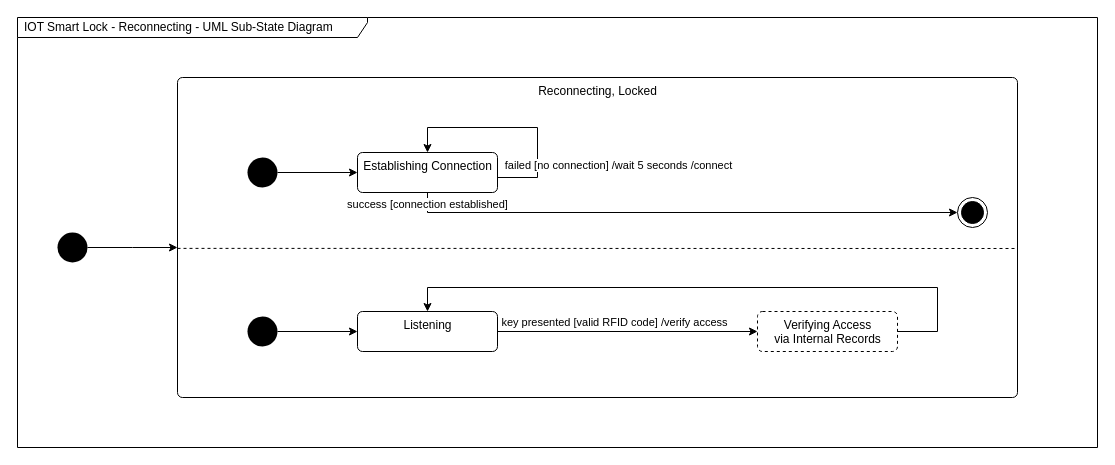
Before: page "Reconnecting" (4 of 4) of docs/diagrams/state-machine-diagram-storage-unit.drawio in Nguyen-Van-Gia-Binh/Self-Storage-Facility-Rental-and-Management-System, a draw.io diagram. Source tidied: cells renumbered, new cells numbered last; positions are measured from the earlier drawing's top-left corner, leaving out a move shared by most shapes. Both pictures are drawn from the tidied source at 100%, with x=0, y=0 at pixel (17, 17).
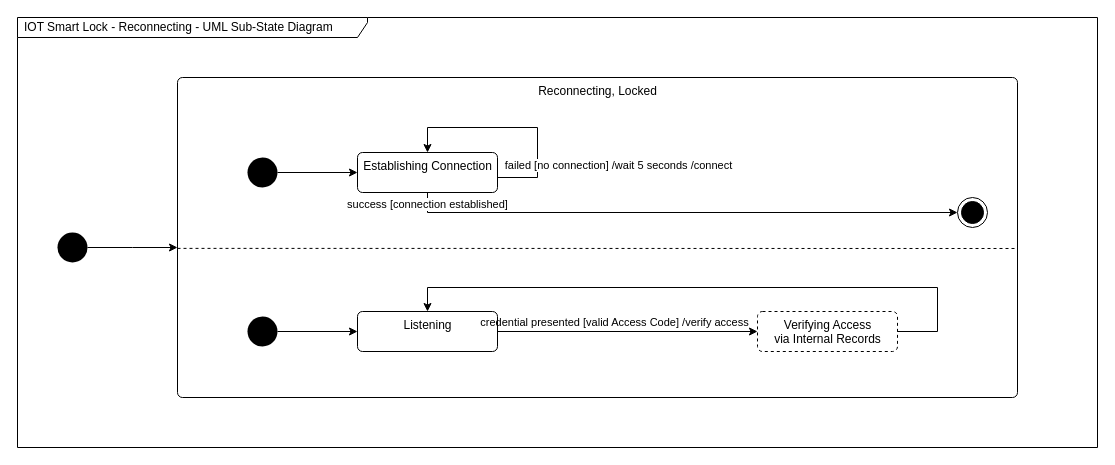
The same diagram, later.

The change refers to these unchanged cells:
```xml
<mxCell id="14" style="edgeStyle=orthogonalEdgeStyle;rounded=0;jettySize=auto;html=1;" parent="1" edge="1" source="16" target="18">
  <mxGeometry relative="1" as="geometry" />
</mxCell>
```

Diff of the diagram source:
```diff
@@
-    <mxCell id="15" value="key presented [valid RFID code] /verify access" style="edgeLabel;html=1;align=center;verticalAlign=middle;" parent="14" vertex="1">
+    <mxCell id="15" value="credential presented [valid Access Code] /verify access" style="edgeLabel;html=1;align=center;verticalAlign=middle;" parent="14" vertex="1">
       <mxGeometry x="-0.69" y="-1" relative="1" as="geometry">
         <mxPoint x="76" y="-11" as="offset" />
       </mxGeometry>
     </mxCell>
```
